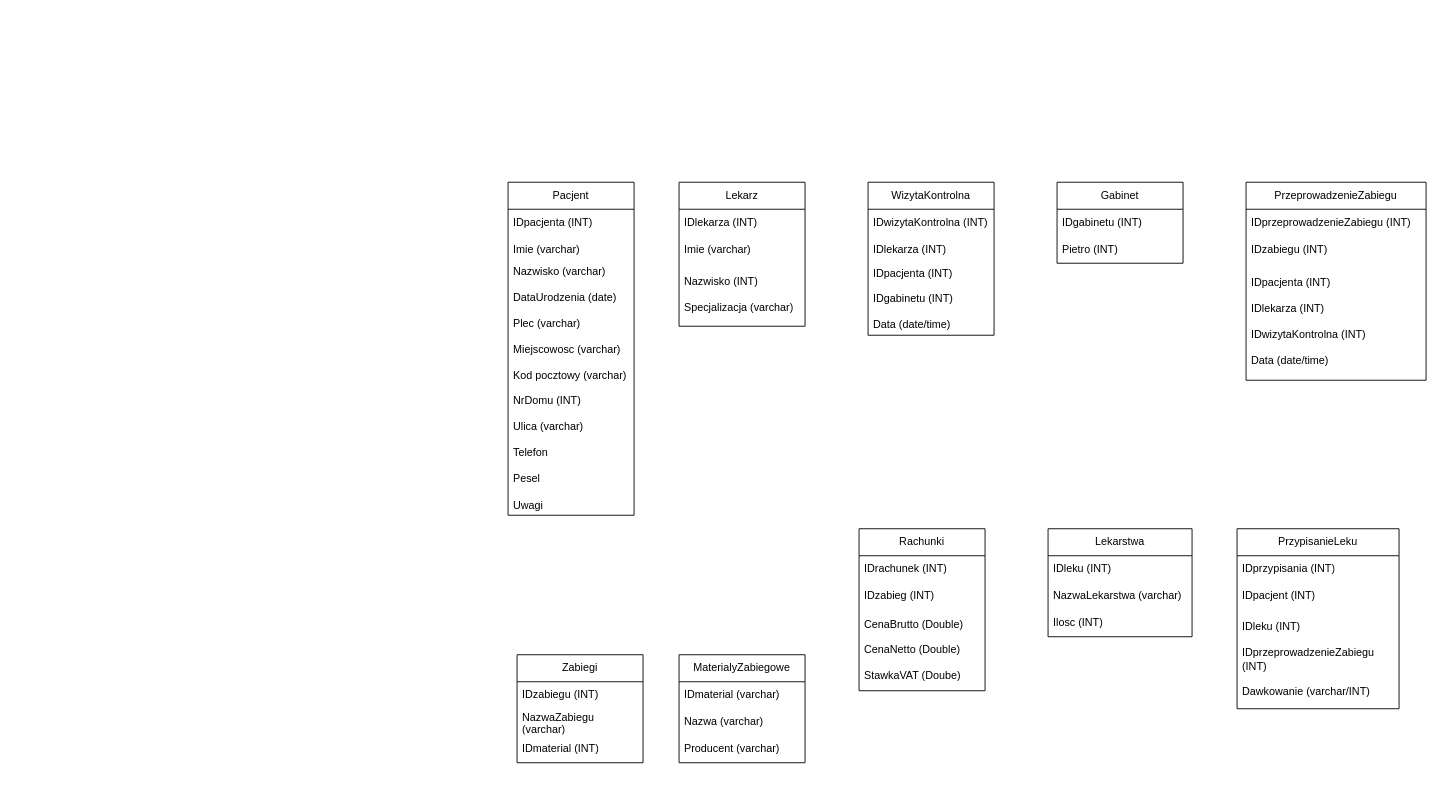
The draw.io diagram Diagram bez tytułu.drawio in Pabel72/Diagsy, before the edit. Source tidied: cells renumbered, new cells numbered last; positions are measured from the earlier drawing's top-left corner, leaving out a move shared by most shapes. Both pictures are drawn from the tidied source at 90%, with x=0, y=0 at pixel (508, 182).
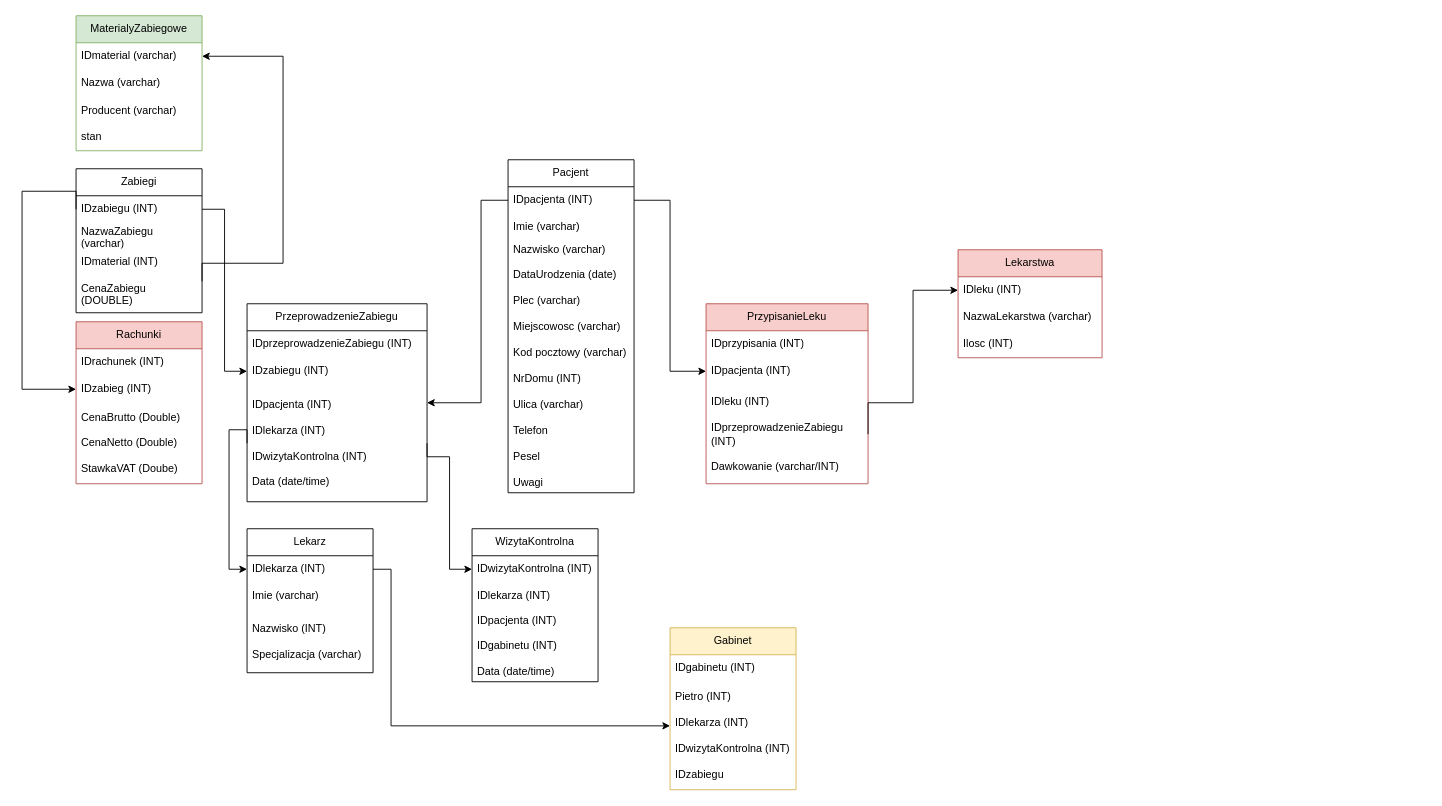
After the change.

The change refers to these unchanged cells:
```xml
<mxCell id="3" value="IDpacjenta (INT)" style="text;strokeColor=none;fillColor=none;align=left;verticalAlign=middle;spacingLeft=4;spacingRight=4;overflow=hidden;points=[[0,0.5],[1,0.5]];portConstraint=eastwest;whiteSpace=wrap;html=1;" parent="2" vertex="1">
  <mxGeometry y="30" width="140" height="30" as="geometry" />
</mxCell>
<mxCell id="7" value="IDwizytaKontrolna (INT)" style="text;strokeColor=none;fillColor=none;align=left;verticalAlign=middle;spacingLeft=4;spacingRight=4;overflow=hidden;points=[[0,0.5],[1,0.5]];portConstraint=eastwest;whiteSpace=wrap;html=1;" parent="6" vertex="1">
  <mxGeometry y="30" width="140" height="30" as="geometry" />
</mxCell>
<mxCell id="11" value="IDlekarza (INT)" style="text;strokeColor=none;fillColor=none;align=left;verticalAlign=middle;spacingLeft=4;spacingRight=4;overflow=hidden;points=[[0,0.5],[1,0.5]];portConstraint=eastwest;whiteSpace=wrap;html=1;" parent="10" vertex="1">
  <mxGeometry y="30" width="140" height="30" as="geometry" />
</mxCell>
<mxCell id="16" value="IDzabiegu (INT)" style="text;strokeColor=none;fillColor=none;align=left;verticalAlign=middle;spacingLeft=4;spacingRight=4;overflow=hidden;points=[[0,0.5],[1,0.5]];portConstraint=eastwest;whiteSpace=wrap;html=1;" parent="14" vertex="1">
  <mxGeometry y="60" width="200" height="30" as="geometry" />
</mxCell>
<mxCell id="17" value="IDpacjenta (INT)&lt;br&gt;&lt;br&gt;IDlekarza (INT)&lt;br&gt;&lt;br&gt;IDwizytaKontrolna (INT)&lt;br&gt;&lt;br&gt;Data (date/time)" style="text;strokeColor=none;fillColor=none;align=left;verticalAlign=middle;spacingLeft=4;spacingRight=4;overflow=hidden;points=[[0,0.5],[1,0.5]];portConstraint=eastwest;whiteSpace=wrap;html=1;" parent="14" vertex="1">
  <mxGeometry y="90" width="200" height="130" as="geometry" />
</mxCell>
<mxCell id="19" value="IDzabiegu (INT)" style="text;strokeColor=none;fillColor=none;align=left;verticalAlign=middle;spacingLeft=4;spacingRight=4;overflow=hidden;points=[[0,0.5],[1,0.5]];portConstraint=eastwest;whiteSpace=wrap;html=1;" parent="18" vertex="1">
  <mxGeometry y="30" width="140" height="30" as="geometry" />
</mxCell>
<mxCell id="24" value="IDzabieg (INT)" style="text;strokeColor=none;fillColor=none;align=left;verticalAlign=middle;spacingLeft=4;spacingRight=4;overflow=hidden;points=[[0,0.5],[1,0.5]];portConstraint=eastwest;whiteSpace=wrap;html=1;" parent="22" vertex="1">
  <mxGeometry y="60" width="140" height="30" as="geometry" />
</mxCell>
<mxCell id="27" value="IDleku (INT)" style="text;strokeColor=none;fillColor=none;align=left;verticalAlign=middle;spacingLeft=4;spacingRight=4;overflow=hidden;points=[[0,0.5],[1,0.5]];portConstraint=eastwest;whiteSpace=wrap;html=1;" parent="26" vertex="1">
  <mxGeometry y="30" width="160" height="30" as="geometry" />
</mxCell>
<mxCell id="33" value="IDleku (INT)&lt;br&gt;&lt;br&gt;IDprzeprowadzenieZabiegu (INT)&lt;br&gt;&lt;br&gt;Dawkowanie (varchar/INT)" style="text;strokeColor=none;fillColor=none;align=left;verticalAlign=middle;spacingLeft=4;spacingRight=4;overflow=hidden;points=[[0,0.5],[1,0.5]];portConstraint=eastwest;whiteSpace=wrap;html=1;" parent="30" vertex="1">
  <mxGeometry y="90" width="180" height="110" as="geometry" />
</mxCell>
<mxCell id="38" value="IDmaterial (varchar)" style="text;strokeColor=none;fillColor=none;align=left;verticalAlign=middle;spacingLeft=4;spacingRight=4;overflow=hidden;points=[[0,0.5],[1,0.5]];portConstraint=eastwest;whiteSpace=wrap;html=1;" parent="37" vertex="1">
  <mxGeometry y="30" width="140" height="30" as="geometry" />
</mxCell>
```

The edit, as a diff of the source:
```diff
@@
     <mxCell id="2" value="Pacjent" style="swimlane;fontStyle=0;horizontal=1;startSize=30;whiteSpace=wrap;html=1;" parent="1" vertex="1">
-      <mxGeometry width="140" height="370" as="geometry" />
+      <mxGeometry y="-25" width="140" height="370" as="geometry" />
     </mxCell>
@@
     <mxCell id="6" value="WizytaKontrolna" style="swimlane;fontStyle=0;horizontal=1;startSize=30;whiteSpace=wrap;html=1;" parent="1" vertex="1">
-      <mxGeometry x="400" width="140" height="170" as="geometry" />
+      <mxGeometry x="-40" y="385" width="140" height="170" as="geometry" />
     </mxCell>
@@
     <mxCell id="10" value="Lekarz" style="swimlane;fontStyle=0;horizontal=1;startSize=30;whiteSpace=wrap;html=1;" parent="1" vertex="1">
-      <mxGeometry x="190" width="140" height="160" as="geometry" />
+      <mxGeometry x="-290" y="385" width="140" height="160" as="geometry" />
     </mxCell>
@@
     <mxCell id="14" value="PrzeprowadzenieZabiegu" style="swimlane;fontStyle=0;horizontal=1;startSize=30;whiteSpace=wrap;html=1;" parent="1" vertex="1">
-      <mxGeometry x="820" width="200" height="220" as="geometry" />
+      <mxGeometry x="-290" y="135" width="200" height="220" as="geometry" />
     </mxCell>
@@
     <mxCell id="18" value="Zabiegi" style="swimlane;fontStyle=0;horizontal=1;startSize=30;whiteSpace=wrap;html=1;" parent="1" vertex="1">
-      <mxGeometry x="10" y="525" width="140" height="120" as="geometry" />
+      <mxGeometry x="-480" y="-15" width="140" height="160" as="geometry" />
     </mxCell>
@@
-    <mxCell id="21" value="IDmaterial (INT)" style="text;strokeColor=none;fillColor=none;align=left;verticalAlign=middle;spacingLeft=4;spacingRight=4;overflow=hidden;points=[[0,0.5],[1,0.5]];portConstraint=eastwest;whiteSpace=wrap;html=1;" parent="18" vertex="1">
-      <mxGeometry y="90" width="140" height="30" as="geometry" />
+    <mxCell id="21" value="IDmaterial (INT)&lt;br&gt;&lt;br&gt;CenaZabiegu (DOUBLE)" style="text;strokeColor=none;fillColor=none;align=left;verticalAlign=middle;spacingLeft=4;spacingRight=4;overflow=hidden;points=[[0,0.5],[1,0.5]];portConstraint=eastwest;whiteSpace=wrap;html=1;" parent="18" vertex="1">
+      <mxGeometry y="90" width="140" height="70" as="geometry" />
     </mxCell>
-    <mxCell id="22" value="Rachunki" style="swimlane;fontStyle=0;horizontal=1;startSize=30;whiteSpace=wrap;html=1;" parent="1" vertex="1">
-      <mxGeometry x="390" y="385" width="140" height="180" as="geometry" />
+    <mxCell id="22" value="Rachunki" style="swimlane;fontStyle=0;horizontal=1;startSize=30;whiteSpace=wrap;html=1;fillColor=#f8cecc;strokeColor=#b85450;" parent="1" vertex="1">
+      <mxGeometry x="-480" y="155" width="140" height="180" as="geometry" />
     </mxCell>
@@
-    <mxCell id="26" value="Lekarstwa" style="swimlane;fontStyle=0;horizontal=1;startSize=30;whiteSpace=wrap;html=1;" parent="1" vertex="1">
-      <mxGeometry x="600" y="385" width="160" height="120" as="geometry" />
+    <mxCell id="26" value="Lekarstwa" style="swimlane;fontStyle=0;horizontal=1;startSize=30;whiteSpace=wrap;html=1;fillColor=#f8cecc;strokeColor=#b85450;" parent="1" vertex="1">
+      <mxGeometry x="500" y="75" width="160" height="120" as="geometry" />
     </mxCell>
@@
-    <mxCell id="30" value="PrzypisanieLeku" style="swimlane;fontStyle=0;horizontal=1;startSize=30;whiteSpace=wrap;html=1;" parent="1" vertex="1">
-      <mxGeometry x="810" y="385" width="180" height="200" as="geometry" />
+    <mxCell id="30" value="PrzypisanieLeku" style="swimlane;fontStyle=0;horizontal=1;startSize=30;whiteSpace=wrap;html=1;fillColor=#f8cecc;strokeColor=#b85450;" parent="1" vertex="1">
+      <mxGeometry x="220" y="135" width="180" height="200" as="geometry" />
     </mxCell>
@@
-    <mxCell id="32" value="IDpacjent (INT)" style="text;strokeColor=none;fillColor=none;align=left;verticalAlign=middle;spacingLeft=4;spacingRight=4;overflow=hidden;points=[[0,0.5],[1,0.5]];portConstraint=eastwest;whiteSpace=wrap;html=1;" parent="30" vertex="1">
+    <mxCell id="32" value="IDpacjenta (INT)" style="text;strokeColor=none;fillColor=none;align=left;verticalAlign=middle;spacingLeft=4;spacingRight=4;overflow=hidden;points=[[0,0.5],[1,0.5]];portConstraint=eastwest;whiteSpace=wrap;html=1;" parent="30" vertex="1">
       <mxGeometry y="60" width="180" height="30" as="geometry" />
     </mxCell>
@@
-    <mxCell id="34" value="Gabinet" style="swimlane;fontStyle=0;horizontal=1;startSize=30;whiteSpace=wrap;html=1;" parent="1" vertex="1">
-      <mxGeometry x="610" width="140" height="90" as="geometry" />
+    <mxCell id="34" value="Gabinet" style="swimlane;fontStyle=0;horizontal=1;startSize=30;whiteSpace=wrap;html=1;fillColor=#fff2cc;strokeColor=#d6b656;" parent="1" vertex="1">
+      <mxGeometry x="180" y="495" width="140" height="180" as="geometry" />
     </mxCell>
@@
-    <mxCell id="36" value="Pietro (INT)" style="text;strokeColor=none;fillColor=none;align=left;verticalAlign=middle;spacingLeft=4;spacingRight=4;overflow=hidden;whiteSpace=wrap;html=1;" parent="34" vertex="1">
-      <mxGeometry y="60" width="140" height="30" as="geometry" />
+    <mxCell id="36" value="Pietro (INT)&lt;br&gt;&lt;br&gt;IDlekarza (INT)&lt;br&gt;&lt;br&gt;IDwizytaKontrolna (INT)&lt;br&gt;&lt;br&gt;IDzabiegu" style="text;strokeColor=none;fillColor=none;align=left;verticalAlign=middle;spacingLeft=4;spacingRight=4;overflow=hidden;whiteSpace=wrap;html=1;" parent="34" vertex="1">
+      <mxGeometry y="60" width="140" height="120" as="geometry" />
     </mxCell>
-    <mxCell id="37" value="MaterialyZabiegowe" style="swimlane;fontStyle=0;horizontal=1;startSize=30;whiteSpace=wrap;html=1;" parent="1" vertex="1">
-      <mxGeometry x="190" y="525" width="140" height="120" as="geometry" />
+    <mxCell id="37" value="MaterialyZabiegowe" style="swimlane;fontStyle=0;horizontal=1;startSize=30;whiteSpace=wrap;html=1;fillColor=#d5e8d4;strokeColor=#82b366;" parent="1" vertex="1">
+      <mxGeometry x="-480" y="-185" width="140" height="150" as="geometry" />
     </mxCell>
@@
-    <mxCell id="40" value="Producent (varchar)" style="text;strokeColor=none;fillColor=none;align=left;verticalAlign=middle;spacingLeft=4;spacingRight=4;overflow=hidden;whiteSpace=wrap;html=1;" parent="37" vertex="1">
-      <mxGeometry y="90" width="140" height="30" as="geometry" />
+    <mxCell id="40" value="Producent (varchar)&lt;br&gt;&lt;br&gt;stan" style="text;strokeColor=none;fillColor=none;align=left;verticalAlign=middle;spacingLeft=4;spacingRight=4;overflow=hidden;whiteSpace=wrap;html=1;" parent="37" vertex="1">
+      <mxGeometry y="90" width="140" height="60" as="geometry" />
     </mxCell>
+    <mxCell id="41" style="edgeStyle=orthogonalEdgeStyle;rounded=0;jettySize=auto;html=1;exitX=1;exitY=0.5;exitDx=0;exitDy=0;" parent="1" edge="1" source="3" target="32">
+      <mxGeometry relative="1" as="geometry" />
+    </mxCell>
+    <mxCell id="42" style="edgeStyle=orthogonalEdgeStyle;rounded=0;jettySize=auto;html=1;exitX=0;exitY=0.5;exitDx=0;exitDy=0;" parent="1" edge="1" source="3">
+      <mxGeometry relative="1" as="geometry">
+        <mxPoint x="-90" y="245" as="targetPoint" />
+        <Array as="points">
+          <mxPoint x="-30" y="20" />
+          <mxPoint x="-30" y="245" />
+        </Array>
+      </mxGeometry>
+    </mxCell>
+    <mxCell id="43" style="edgeStyle=orthogonalEdgeStyle;rounded=0;jettySize=auto;html=1;exitX=0;exitY=0.5;exitDx=0;exitDy=0;entryX=0;entryY=0.5;entryDx=0;entryDy=0;" parent="1" edge="1" source="17" target="11">
+      <mxGeometry relative="1" as="geometry">
+        <Array as="points">
+          <mxPoint x="-290" y="275" />
+          <mxPoint x="-310" y="275" />
+          <mxPoint x="-310" y="430" />
+        </Array>
+      </mxGeometry>
+    </mxCell>
+    <mxCell id="44" style="edgeStyle=orthogonalEdgeStyle;rounded=0;jettySize=auto;html=1;exitX=1;exitY=0.5;exitDx=0;exitDy=0;entryX=0;entryY=0.5;entryDx=0;entryDy=0;" parent="1" edge="1" source="19" target="16">
+      <mxGeometry relative="1" as="geometry" />
+    </mxCell>
+    <mxCell id="45" style="edgeStyle=orthogonalEdgeStyle;rounded=0;jettySize=auto;html=1;exitX=1;exitY=0.5;exitDx=0;exitDy=0;entryX=0;entryY=0.5;entryDx=0;entryDy=0;" parent="1" edge="1" source="17" target="7">
+      <mxGeometry relative="1" as="geometry">
+        <Array as="points">
+          <mxPoint x="-90" y="305" />
+          <mxPoint x="-65" y="305" />
+          <mxPoint x="-65" y="430" />
+        </Array>
+      </mxGeometry>
+    </mxCell>
+    <mxCell id="46" style="edgeStyle=orthogonalEdgeStyle;rounded=0;jettySize=auto;html=1;exitX=1;exitY=0.5;exitDx=0;exitDy=0;entryX=0;entryY=0.5;entryDx=0;entryDy=0;" parent="1" edge="1" source="33" target="27">
+      <mxGeometry relative="1" as="geometry">
+        <Array as="points">
+          <mxPoint x="400" y="245" />
+          <mxPoint x="450" y="245" />
+          <mxPoint x="450" y="120" />
+        </Array>
+      </mxGeometry>
+    </mxCell>
+    <mxCell id="47" style="edgeStyle=orthogonalEdgeStyle;rounded=0;jettySize=auto;html=1;exitX=0;exitY=0.5;exitDx=0;exitDy=0;entryX=0;entryY=0.5;entryDx=0;entryDy=0;" parent="1" edge="1" source="19" target="24">
+      <mxGeometry relative="1" as="geometry">
+        <Array as="points">
+          <mxPoint x="-540" y="10" />
+          <mxPoint x="-540" y="230" />
+        </Array>
+      </mxGeometry>
+    </mxCell>
+    <mxCell id="48" style="edgeStyle=orthogonalEdgeStyle;rounded=0;jettySize=auto;html=1;exitX=1;exitY=0.5;exitDx=0;exitDy=0;entryX=1;entryY=0.5;entryDx=0;entryDy=0;" parent="1" edge="1" source="21" target="38">
+      <mxGeometry relative="1" as="geometry">
+        <Array as="points">
+          <mxPoint x="-250" y="90" />
+          <mxPoint x="-250" y="-140" />
+        </Array>
+      </mxGeometry>
+    </mxCell>
+    <mxCell id="49" style="edgeStyle=orthogonalEdgeStyle;rounded=0;jettySize=auto;html=1;exitX=1;exitY=0.5;exitDx=0;exitDy=0;" parent="1" edge="1" source="11">
+      <mxGeometry relative="1" as="geometry">
+        <mxPoint x="180" y="604" as="targetPoint" />
+        <Array as="points">
+          <mxPoint x="-130" y="430" />
+          <mxPoint x="-130" y="604" />
+        </Array>
+      </mxGeometry>
+    </mxCell>
```
